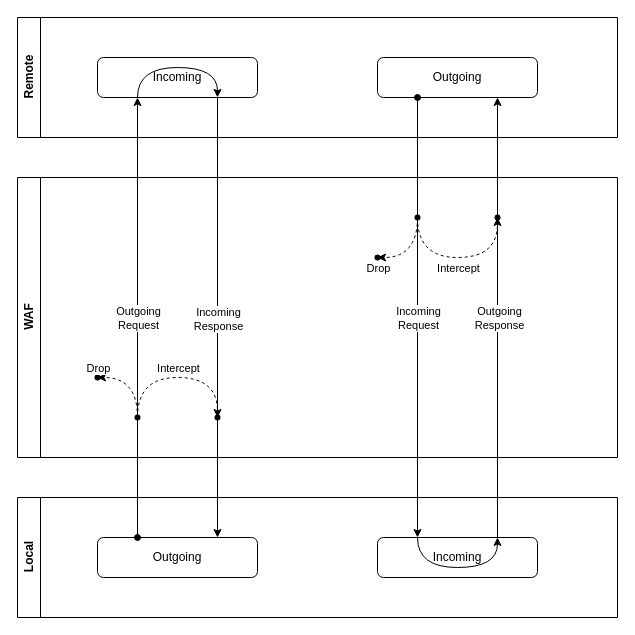
warriordog/AP-WAF keeps this draw.io diagram as request flow.drawio. Above is the earlier version. Source tidied: cells renumbered, new cells numbered last; positions are measured from the earlier drawing's top-left corner, leaving out a move shared by most shapes. Both pictures are drawn from the tidied source at 100%, with x=0, y=0 at pixel (17, 17).
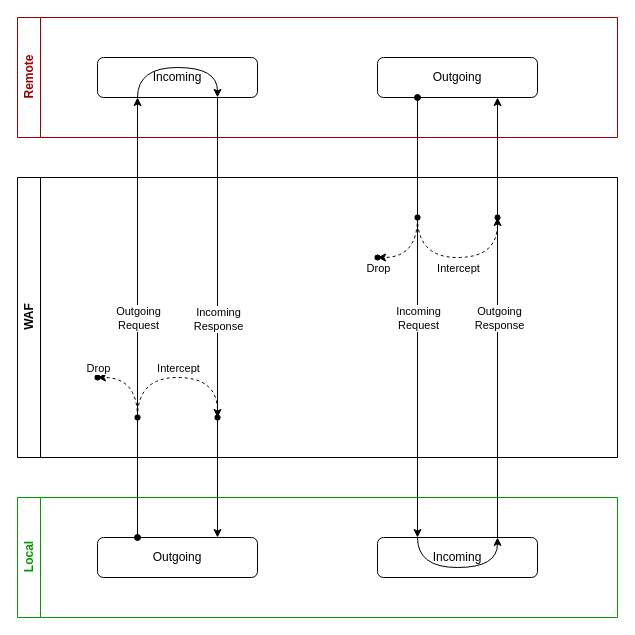
The same page after the edit.

Commit message:
colorize request flow diagram

Change to the diagram source:
```diff
@@
-    <mxCell id="2" value="Remote" style="swimlane;horizontal=0;whiteSpace=wrap;html=1;" parent="1" vertex="1">
+    <mxCell id="2" value="Remote" style="swimlane;horizontal=0;whiteSpace=wrap;html=1;strokeColor=#990000;fontColor=#990000;" parent="1" vertex="1">
       <mxGeometry width="600" height="120" as="geometry" />
     </mxCell>
@@
-    <mxCell id="9" value="Local" style="swimlane;horizontal=0;whiteSpace=wrap;html=1;" parent="1" vertex="1">
+    <mxCell id="9" value="Local" style="swimlane;horizontal=0;whiteSpace=wrap;html=1;strokeColor=#009900;fontColor=#009900;" parent="1" vertex="1">
       <mxGeometry y="480" width="600" height="120" as="geometry" />
     </mxCell>
```
